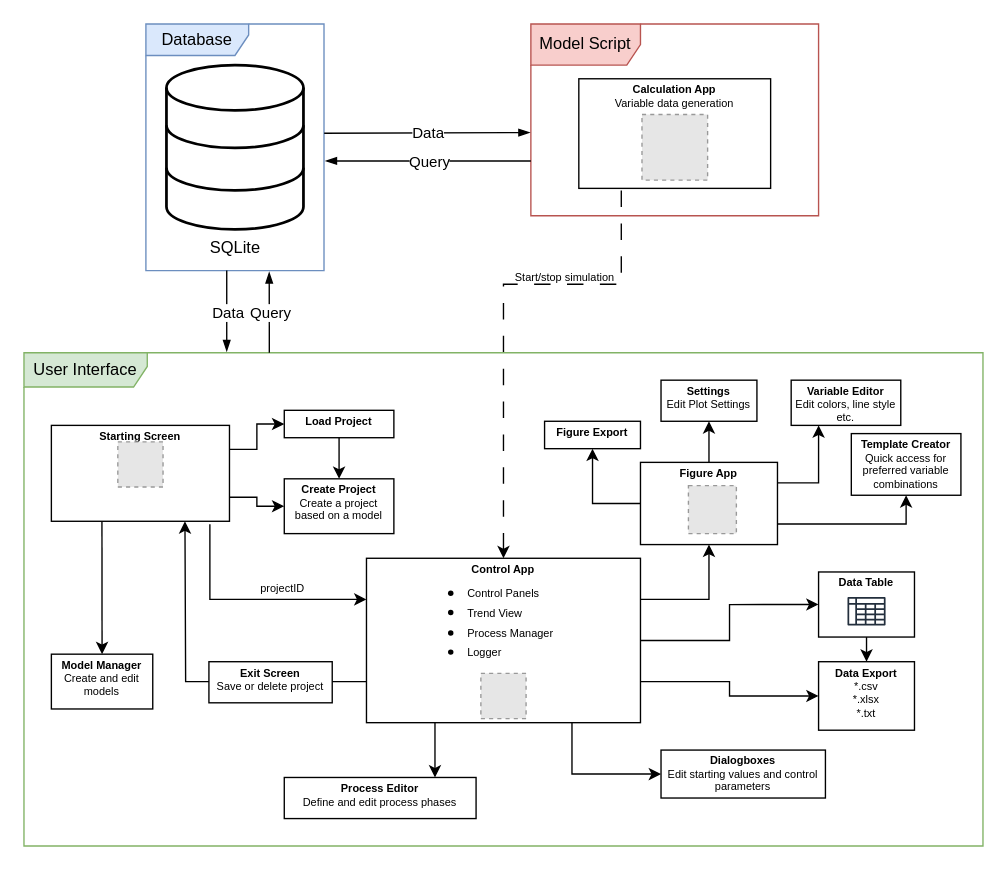
This is Software Structure.drawio from Yumatlab/bioprocesssimulation, a draw.io file, before an edit. Source tidied: cells renumbered, new cells numbered last; positions are measured from the earlier drawing's top-left corner, leaving out a move shared by most shapes. Both pictures are drawn from the tidied source at 137%, with x=0, y=0 at pixel (23, 23). Pictures stored in the file or linked from it are replaced by grey dashed boxes.
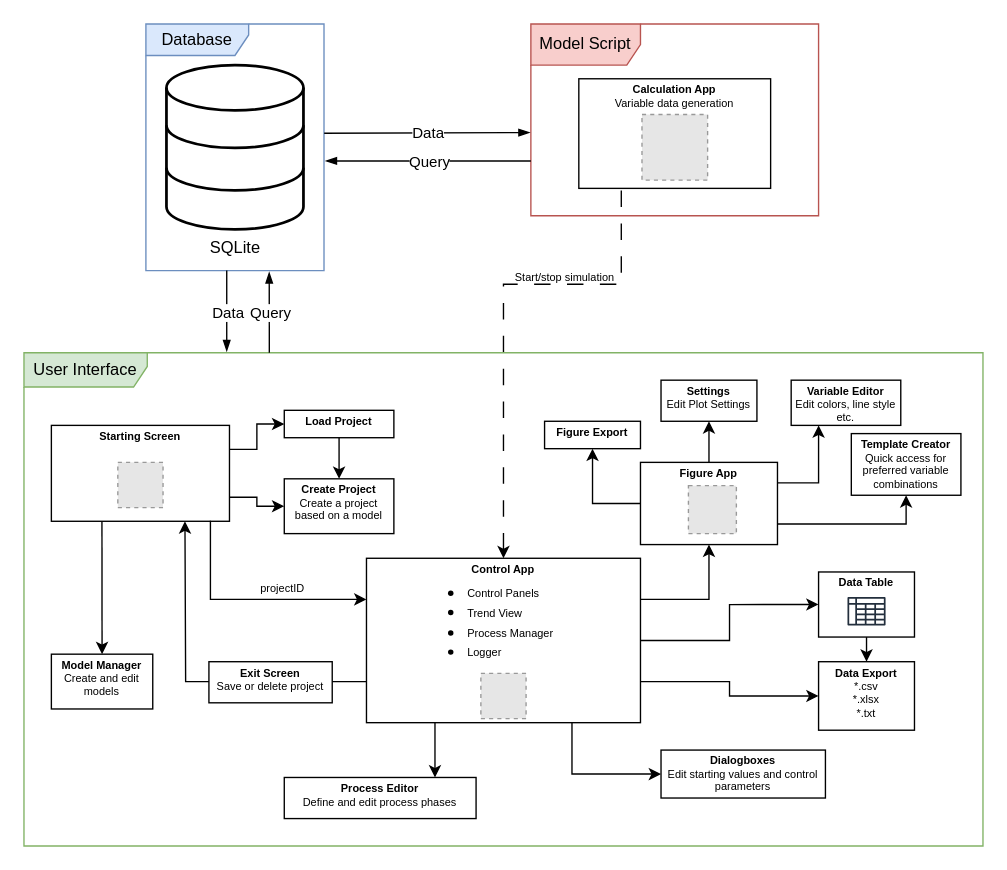
The same diagram, later.

Unchanged cells that the change refers to:
```xml
<mxCell id="5" value="&lt;p style=&quot;margin: 4px 0px 0px; text-align: center; font-size: 8px;&quot;&gt;&lt;b style=&quot;font-size: 8px;&quot;&gt;Starting Screen&lt;/b&gt;&lt;/p&gt;" style="verticalAlign=top;align=left;overflow=fill;html=1;whiteSpace=wrap;fontSize=8;" parent="1" vertex="1">
  <mxGeometry x="20" y="293" width="130" height="70" as="geometry" />
</mxCell>
<mxCell id="17" value="&lt;p style=&quot;margin: 4px 0px 0px; text-align: center; font-size: 8px;&quot;&gt;&lt;b style=&quot;font-size: 8px;&quot;&gt;Control App&lt;br&gt;&lt;/b&gt;&lt;/p&gt;&lt;p style=&quot;margin: 4px 0px 0px; text-align: center; font-size: 8px;&quot;&gt;&lt;br&gt;&lt;/p&gt;" style="verticalAlign=top;align=left;overflow=fill;html=1;whiteSpace=wrap;fontSize=8;" parent="1" vertex="1">
  <mxGeometry x="250" y="390" width="200" height="120" as="geometry" />
</mxCell>
```

What changed in the source:
```diff
@@
-    <mxCell id="34" style="edgeStyle=orthogonalEdgeStyle;rounded=0;jettySize=auto;html=1;exitX=0;exitY=0.25;exitDx=0;exitDy=0;entryX=0.89;entryY=1.032;entryDx=0;entryDy=0;entryPerimeter=0;startArrow=classic;startFill=1;endArrow=none;endFill=0;" parent="1" edge="1" source="17" target="5">
+    <mxCell id="34" style="edgeStyle=orthogonalEdgeStyle;rounded=0;jettySize=auto;html=1;exitX=0;exitY=0.25;exitDx=0;exitDy=0;entryX=0.893;entryY=0.995;entryDx=0;entryDy=0;entryPerimeter=0;startArrow=classic;startFill=1;endArrow=none;endFill=0;" parent="1" edge="1" source="17" target="5">
       <mxGeometry relative="1" as="geometry" />
     </mxCell>
@@
     <mxCell id="43" style="fillColor=#E6E6E6;strokeColor=#999999;dashed=1;html=1;verticalAlign=top;verticalLabelPosition=bottom;labelBackgroundColor=#ffffff;" parent="1" vertex="1">
-      <mxGeometry x="68.5" y="305" width="33" height="33" as="geometry" />
+      <mxGeometry x="68.5" y="320" width="33" height="33" as="geometry" />
     </mxCell>
```
